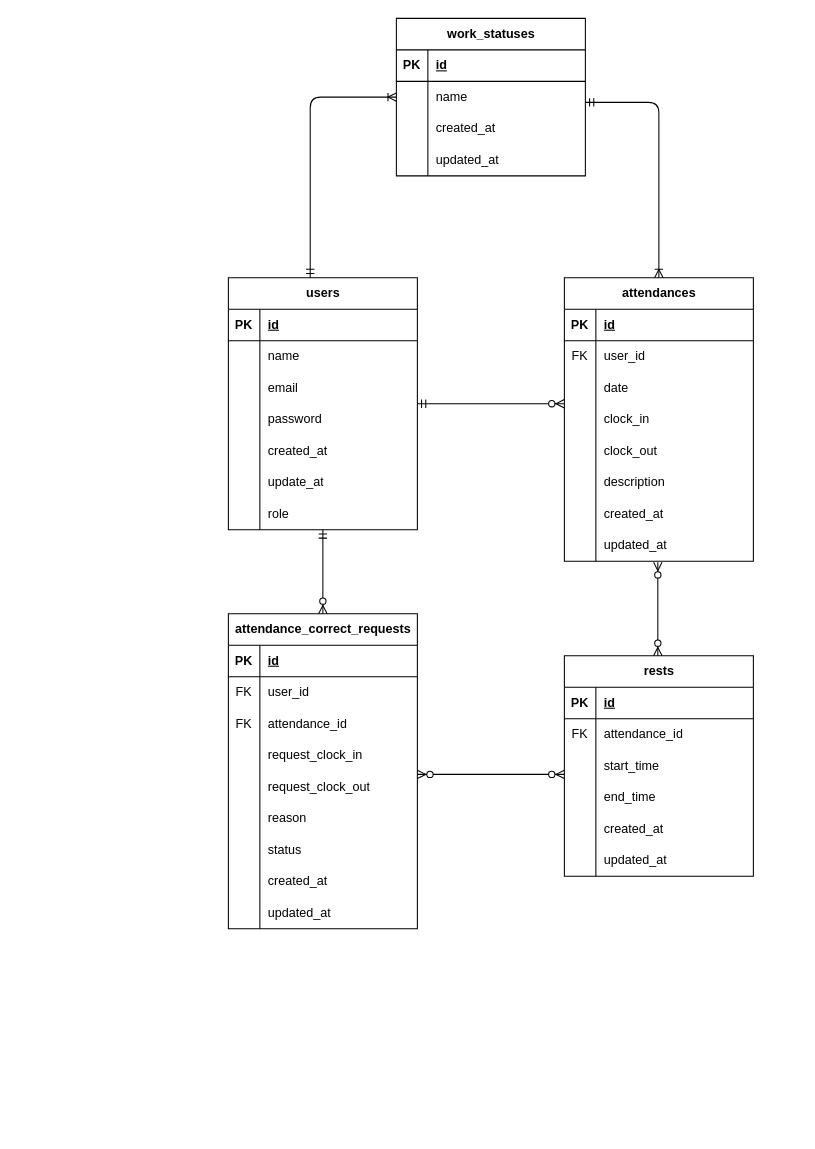
Before: er-diagram.drawio in moimoi8/attendance-app, a draw.io diagram. Source tidied: cells renumbered, new cells numbered last; positions are measured from the earlier drawing's top-left corner, leaving out a move shared by most shapes. Both pictures are drawn from the tidied source at 105%, with x=0, y=0 at pixel (228, 18).
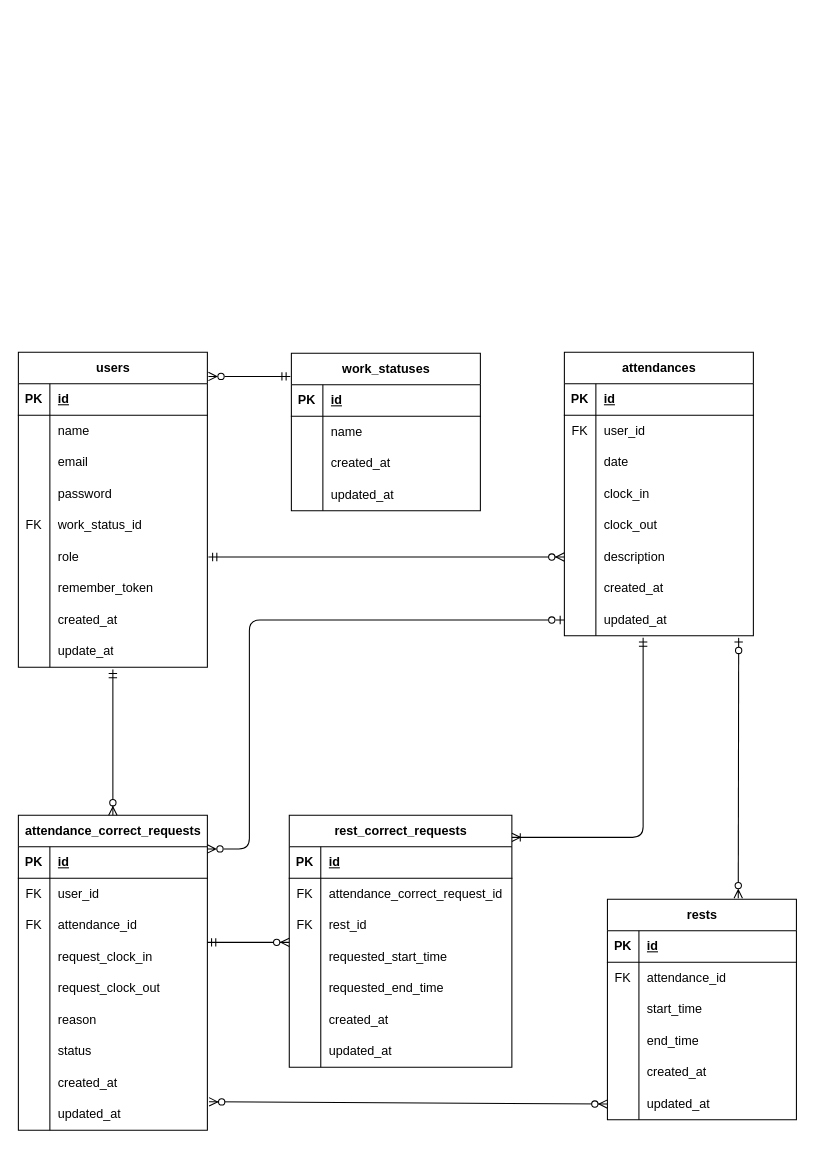
The same page after the edit.

Commit message (it also covers changes not shown here):
docs: ER図の追加とREADMEの整備

Unchanged cells that the change refers to:
```xml
<mxCell id="15" style="shape=tableRow;horizontal=0;startSize=0;swimlaneHead=0;swimlaneBody=0;fillColor=none;top=0;left=0;right=0;bottom=0;" parent="2" vertex="1">
  <mxGeometry y="150" width="180" height="30" as="geometry" />
</mxCell>
<mxCell id="18" style="shape=tableRow;horizontal=0;startSize=0;swimlaneHead=0;swimlaneBody=0;fillColor=none;top=0;left=0;right=0;bottom=0;" parent="2" vertex="1">
  <mxGeometry y="180" width="180" height="30" as="geometry" />
</mxCell>
<mxCell id="28" style="shape=tableRow;horizontal=0;startSize=0;swimlaneHead=0;swimlaneBody=0;fillColor=none;points=[[0,0.5],[1,0.5]];portConstraint=eastwest;top=0;left=0;right=0;bottom=0;" parent="24" vertex="1">
  <mxGeometry y="60" width="180" height="30" as="geometry" />
</mxCell>
<mxCell id="47" style="shape=tableRow;horizontal=0;startSize=0;swimlaneHead=0;swimlaneBody=0;fillColor=none;points=[[0,0.5],[1,0.5]];portConstraint=eastwest;top=0;left=0;right=0;bottom=0;" parent="37" vertex="1">
  <mxGeometry y="120" width="180" height="30" as="geometry" />
</mxCell>
<mxCell id="59" style="shape=tableRow;horizontal=0;startSize=0;swimlaneHead=0;swimlaneBody=0;fillColor=none;points=[[0,0.5],[1,0.5]];portConstraint=eastwest;top=0;left=0;right=0;bottom=0;" parent="37" vertex="1">
  <mxGeometry y="240" width="180" height="30" as="geometry" />
</mxCell>
<mxCell id="70" style="shape=tableRow;horizontal=0;startSize=0;swimlaneHead=0;swimlaneBody=0;fillColor=none;points=[[0,0.5],[1,0.5]];portConstraint=eastwest;top=0;left=0;right=0;bottom=0;" parent="63" vertex="1">
  <mxGeometry y="90" width="180" height="30" as="geometry" />
</mxCell>
<mxCell id="79" style="shape=tableRow;horizontal=0;startSize=0;swimlaneHead=0;swimlaneBody=0;fillColor=none;points=[[0,0.5],[1,0.5]];portConstraint=eastwest;top=0;left=0;right=0;bottom=0;" parent="63" vertex="1">
  <mxGeometry y="180" width="180" height="30" as="geometry" />
</mxCell>
<mxCell id="107" style="shape=tableRow;horizontal=0;startSize=0;swimlaneHead=0;swimlaneBody=0;fillColor=none;points=[[0,0.5],[1,0.5]];portConstraint=eastwest;top=0;left=0;right=0;bottom=0;" parent="82" vertex="1">
  <mxGeometry y="270" width="180" height="30" as="geometry" />
</mxCell>
```

The edit, as a diff of the source:
```diff
@@
-<mxGraphModel>
+<mxGraphModel background="#FFFFFF">
@@
     <mxCell id="2" value="users" style="shape=table;startSize=30;childLayout=tableLayout;rowLines=0;fontStyle=1;align=center;html=1;" parent="1" vertex="1">
-      <mxGeometry y="247" width="180" height="240" as="geometry" />
+      <mxGeometry x="-200" y="318" width="180" height="300" as="geometry" />
     </mxCell>
@@
-    <mxCell id="16" style="shape=partialRectangle;fillColor=none;top=0;left=0;bottom=0;right=0;overflow=hidden;whiteSpace=wrap;html=1;" parent="15" vertex="1">
+    <mxCell id="16" value="FK" style="shape=partialRectangle;fillColor=none;top=0;left=0;bottom=0;right=0;overflow=hidden;whiteSpace=wrap;html=1;" parent="15" vertex="1">
       <mxGeometry width="30" height="30" as="geometry" />
     </mxCell>
-    <mxCell id="17" value="created_at" style="shape=partialRectangle;fillColor=none;top=0;left=0;bottom=0;right=0;align=left;spacingLeft=6;overflow=hidden;whiteSpace=wrap;html=1;" parent="15" vertex="1">
+    <mxCell id="17" value="work_status_id" style="shape=partialRectangle;fillColor=none;top=0;left=0;bottom=0;right=0;align=left;spacingLeft=6;overflow=hidden;whiteSpace=wrap;html=1;" parent="15" vertex="1">
       <mxGeometry x="30" width="150" height="30" as="geometry" />
     </mxCell>
@@
-    <mxCell id="20" value="update_at" style="shape=partialRectangle;fillColor=none;top=0;left=0;bottom=0;right=0;align=left;spacingLeft=6;overflow=hidden;whiteSpace=wrap;html=1;" parent="18" vertex="1">
+    <mxCell id="20" value="&lt;span style=&quot;color: rgb(0, 0, 0);&quot;&gt;role&lt;/span&gt;" style="shape=partialRectangle;fillColor=none;top=0;left=0;bottom=0;right=0;align=left;spacingLeft=6;overflow=hidden;whiteSpace=wrap;html=1;" parent="18" vertex="1">
       <mxGeometry x="30" width="150" height="30" as="geometry" />
     </mxCell>
+    <mxCell id="116" style="shape=tableRow;horizontal=0;startSize=0;swimlaneHead=0;swimlaneBody=0;fillColor=none;top=0;left=0;right=0;bottom=0;" parent="2" vertex="1">
+      <mxGeometry y="210" width="180" height="30" as="geometry" />
+    </mxCell>
+    <mxCell id="117" style="shape=partialRectangle;fillColor=none;top=0;left=0;bottom=0;right=0;overflow=hidden;whiteSpace=wrap;html=1;" parent="116" vertex="1">
+      <mxGeometry width="30" height="30" as="geometry" />
+    </mxCell>
+    <mxCell id="118" value="remember_token" style="shape=partialRectangle;fillColor=none;top=0;left=0;bottom=0;right=0;align=left;spacingLeft=6;overflow=hidden;whiteSpace=wrap;html=1;" parent="116" vertex="1">
+      <mxGeometry x="30" width="150" height="30" as="geometry" />
+    </mxCell>
     <mxCell id="21" style="shape=tableRow;horizontal=0;startSize=0;swimlaneHead=0;swimlaneBody=0;fillColor=none;top=0;left=0;right=0;bottom=0;" parent="2" vertex="1">
-      <mxGeometry y="210" width="180" height="30" as="geometry" />
+      <mxGeometry y="240" width="180" height="30" as="geometry" />
     </mxCell>
@@
-    <mxCell id="23" value="role" style="shape=partialRectangle;fillColor=none;top=0;left=0;bottom=0;right=0;align=left;spacingLeft=6;overflow=hidden;whiteSpace=wrap;html=1;" parent="21" vertex="1">
+    <mxCell id="23" value="&lt;span style=&quot;color: rgb(0, 0, 0);&quot;&gt;created_at&lt;/span&gt;" style="shape=partialRectangle;fillColor=none;top=0;left=0;bottom=0;right=0;align=left;spacingLeft=6;overflow=hidden;whiteSpace=wrap;html=1;" parent="21" vertex="1">
       <mxGeometry x="30" width="150" height="30" as="geometry" />
     </mxCell>
+    <mxCell id="119" style="shape=tableRow;horizontal=0;startSize=0;swimlaneHead=0;swimlaneBody=0;fillColor=none;points=[[0,0.5],[1,0.5]];portConstraint=eastwest;top=0;left=0;right=0;bottom=0;" parent="2" vertex="1">
+      <mxGeometry y="270" width="180" height="30" as="geometry" />
+    </mxCell>
+    <mxCell id="120" style="shape=partialRectangle;fillColor=none;top=0;left=0;bottom=0;right=0;overflow=hidden;whiteSpace=wrap;html=1;" parent="119" vertex="1">
+      <mxGeometry width="30" height="30" as="geometry" />
+    </mxCell>
+    <mxCell id="121" value="&lt;span style=&quot;color: rgb(0, 0, 0);&quot;&gt;update_at&lt;/span&gt;" style="shape=partialRectangle;fillColor=none;top=0;left=0;bottom=0;right=0;align=left;spacingLeft=6;overflow=hidden;whiteSpace=wrap;html=1;" parent="119" vertex="1">
+      <mxGeometry x="30" width="150" height="30" as="geometry" />
+    </mxCell>
     <mxCell id="24" value="work_statuses" style="shape=table;startSize=30;childLayout=tableLayout;rowLines=0;fontStyle=1;align=center;html=1;" parent="1" vertex="1">
-      <mxGeometry x="160" width="180" height="150" as="geometry" />
+      <mxGeometry x="60" y="319" width="180" height="150" as="geometry" />
     </mxCell>
@@
     <mxCell id="37" value="attendances" style="shape=table;startSize=30;childLayout=tableLayout;rowLines=0;fontStyle=1;align=center;html=1;" parent="1" vertex="1">
-      <mxGeometry x="320" y="247" width="180" height="270" as="geometry" />
+      <mxGeometry x="320" y="318" width="180" height="270" as="geometry" />
     </mxCell>
@@
-    <mxCell id="62" style="edgeStyle=none;html=1;" parent="1" edge="1" source="63">
-      <mxGeometry relative="1" as="geometry">
-        <mxPoint x="410" y="607" as="targetPoint" />
-      </mxGeometry>
-    </mxCell>
     <mxCell id="63" value="rests" style="shape=table;startSize=30;childLayout=tableLayout;rowLines=0;fontStyle=1;align=center;html=1;" parent="1" vertex="1">
-      <mxGeometry x="320" y="607" width="180" height="210" as="geometry" />
+      <mxGeometry x="361" y="839" width="180" height="210" as="geometry" />
     </mxCell>
@@
     <mxCell id="82" value="attendance_correct_requests" style="shape=table;startSize=30;childLayout=tableLayout;rowLines=0;fontStyle=1;align=center;html=1;" parent="1" vertex="1">
-      <mxGeometry y="567" width="180" height="300" as="geometry" />
+      <mxGeometry x="-200" y="759" width="180" height="300" as="geometry" />
     </mxCell>
@@
-    <mxCell id="110" style="edgeStyle=entityRelationEdgeStyle;fontSize=12;html=1;endArrow=ERzeroToMany;startArrow=ERmandOne;entryX=0;entryY=0;entryDx=0;entryDy=0;entryPerimeter=0;" parent="1" edge="1" target="47">
+    <mxCell id="110" style="edgeStyle=entityRelationEdgeStyle;fontSize=12;html=1;endArrow=ERzeroToMany;startArrow=ERmandOne;startFill=0;" parent="1" edge="1">
       <mxGeometry relative="1" as="geometry">
-        <mxPoint x="180" y="367" as="sourcePoint" />
+        <mxPoint x="-19" y="513" as="sourcePoint" />
+        <mxPoint x="320" y="513" as="targetPoint" />
+        <Array as="points">
+          <mxPoint x="261" y="566" />
+        </Array>
       </mxGeometry>
     </mxCell>
-    <mxCell id="111" style="fontSize=12;html=1;endArrow=ERzeroToMany;startArrow=ERmandOne;entryX=0.5;entryY=0;entryDx=0;entryDy=0;" parent="1" edge="1" target="82">
-      <mxGeometry relative="1" as="geometry">
-        <mxPoint x="90" y="487" as="sourcePoint" />
-      </mxGeometry>
+    <mxCell id="111" style="fontSize=12;html=1;endArrow=ERzeroToMany;startArrow=ERmandOne;entryX=0.5;entryY=0;entryDx=0;entryDy=0;exitX=0.5;exitY=1.067;exitDx=0;exitDy=0;exitPerimeter=0;" parent="1" edge="1" source="119" target="82">
+      <mxGeometry relative="1" as="geometry" />
     </mxCell>
-    <mxCell id="112" style="fontSize=12;html=1;endArrow=ERzeroToMany;endFill=1;startArrow=ERzeroToMany;" parent="1" edge="1">
-      <mxGeometry relative="1" as="geometry">
-        <mxPoint x="409" y="607" as="sourcePoint" />
-        <mxPoint x="409" y="518" as="targetPoint" />
-      </mxGeometry>
-    </mxCell>
-    <mxCell id="113" style="fontSize=12;html=1;endArrow=ERzeroToMany;endFill=1;startArrow=ERzeroToMany;entryX=0;entryY=0.767;entryDx=0;entryDy=0;entryPerimeter=0;" parent="1" edge="1" target="70">
-      <mxGeometry relative="1" as="geometry">
-        <mxPoint x="180" y="720" as="sourcePoint" />
-      </mxGeometry>
+    <mxCell id="113" style="fontSize=12;html=1;endArrow=ERzeroToMany;endFill=1;startArrow=ERzeroToMany;entryX=0;entryY=0.5;entryDx=0;entryDy=0;exitX=1.009;exitY=0.095;exitDx=0;exitDy=0;exitPerimeter=0;" parent="1" edge="1" source="107" target="79">
+      <mxGeometry relative="1" as="geometry" />
     </mxCell>
-    <mxCell id="114" style="edgeStyle=orthogonalEdgeStyle;fontSize=12;html=1;endArrow=ERoneToMany;startArrow=ERmandOne;entryX=0.5;entryY=0;entryDx=0;entryDy=0;" parent="1" edge="1" target="37">
-      <mxGeometry relative="1" as="geometry">
-        <mxPoint x="340" y="80" as="sourcePoint" />
-        <Array as="points">
-          <mxPoint x="410" y="80" />
-        </Array>
-      </mxGeometry>
-    </mxCell>
-    <mxCell id="115" style="edgeStyle=elbowEdgeStyle;fontSize=12;html=1;endArrow=ERoneToMany;startArrow=ERmandOne;entryX=0;entryY=0.5;entryDx=0;entryDy=0;elbow=vertical;exitX=0.433;exitY=0;exitDx=0;exitDy=0;exitPerimeter=0;" parent="1" edge="1" source="2" target="28">
+    <mxCell id="115" style="fontSize=12;html=1;endArrow=ERzeroToMany;startArrow=ERmandOne;elbow=vertical;exitX=1;exitY=0.5;exitDx=0;exitDy=0;endFill=0;" parent="1" edge="1">
       <mxGeometry relative="1" as="geometry">
-        <Array as="points">
-          <mxPoint x="130" y="75" />
-        </Array>
+        <mxPoint x="59" y="341" as="sourcePoint" />
+        <mxPoint x="-19" y="341" as="targetPoint" />
       </mxGeometry>
     </mxCell>
+    <mxCell id="122" value="rest_correct_requests" style="shape=table;startSize=30;childLayout=tableLayout;rowLines=0;fontStyle=1;align=center;html=1;" parent="1" vertex="1">
+      <mxGeometry x="58" y="759" width="212" height="240" as="geometry" />
+    </mxCell>
+    <mxCell id="123" style="shape=tableRow;horizontal=0;startSize=0;swimlaneHead=0;swimlaneBody=0;fillColor=none;top=0;left=0;right=0;bottom=1;" parent="122" vertex="1">
+      <mxGeometry y="30" width="212" height="30" as="geometry" />
+    </mxCell>
+    <mxCell id="124" value="PK" style="shape=partialRectangle;fillColor=none;top=0;left=0;bottom=0;right=0;fontStyle=1;overflow=hidden;whiteSpace=wrap;html=1;" parent="123" vertex="1">
+      <mxGeometry width="30" height="30" as="geometry" />
+    </mxCell>
+    <mxCell id="125" value="id" style="shape=partialRectangle;fillColor=none;top=0;left=0;bottom=0;right=0;align=left;spacingLeft=6;fontStyle=5;overflow=hidden;whiteSpace=wrap;html=1;" parent="123" vertex="1">
+      <mxGeometry x="30" width="182" height="30" as="geometry" />
+    </mxCell>
+    <mxCell id="126" style="shape=tableRow;horizontal=0;startSize=0;swimlaneHead=0;swimlaneBody=0;fillColor=none;top=0;left=0;right=0;bottom=0;" parent="122" vertex="1">
+      <mxGeometry y="60" width="212" height="30" as="geometry" />
+    </mxCell>
+    <mxCell id="127" value="FK" style="shape=partialRectangle;fillColor=none;top=0;left=0;bottom=0;right=0;overflow=hidden;whiteSpace=wrap;html=1;" parent="126" vertex="1">
+      <mxGeometry width="30" height="30" as="geometry" />
+    </mxCell>
+    <mxCell id="128" value="attendance_correct_request_id" style="shape=partialRectangle;fillColor=none;top=0;left=0;bottom=0;right=0;align=left;spacingLeft=6;overflow=hidden;whiteSpace=wrap;html=1;" parent="126" vertex="1">
+      <mxGeometry x="30" width="182" height="30" as="geometry" />
+    </mxCell>
+    <mxCell id="129" style="shape=tableRow;horizontal=0;startSize=0;swimlaneHead=0;swimlaneBody=0;fillColor=none;top=0;left=0;right=0;bottom=0;" parent="122" vertex="1">
+      <mxGeometry y="90" width="212" height="30" as="geometry" />
+    </mxCell>
+    <mxCell id="130" value="FK" style="shape=partialRectangle;fillColor=none;top=0;left=0;bottom=0;right=0;overflow=hidden;whiteSpace=wrap;html=1;" parent="129" vertex="1">
+      <mxGeometry width="30" height="30" as="geometry" />
+    </mxCell>
+    <mxCell id="131" value="rest_id" style="shape=partialRectangle;fillColor=none;top=0;left=0;bottom=0;right=0;align=left;spacingLeft=6;overflow=hidden;whiteSpace=wrap;html=1;" parent="129" vertex="1">
+      <mxGeometry x="30" width="182" height="30" as="geometry" />
+    </mxCell>
+    <mxCell id="132" style="shape=tableRow;horizontal=0;startSize=0;swimlaneHead=0;swimlaneBody=0;fillColor=none;top=0;left=0;right=0;bottom=0;" parent="122" vertex="1">
+      <mxGeometry y="120" width="212" height="30" as="geometry" />
+    </mxCell>
+    <mxCell id="133" style="shape=partialRectangle;fillColor=none;top=0;left=0;bottom=0;right=0;overflow=hidden;whiteSpace=wrap;html=1;" parent="132" vertex="1">
+      <mxGeometry width="30" height="30" as="geometry" />
+    </mxCell>
+    <mxCell id="134" value="requested_start_time" style="shape=partialRectangle;fillColor=none;top=0;left=0;bottom=0;right=0;align=left;spacingLeft=6;overflow=hidden;whiteSpace=wrap;html=1;" parent="132" vertex="1">
+      <mxGeometry x="30" width="182" height="30" as="geometry" />
+    </mxCell>
+    <mxCell id="135" style="shape=tableRow;horizontal=0;startSize=0;swimlaneHead=0;swimlaneBody=0;fillColor=none;top=0;left=0;right=0;bottom=0;" parent="122" vertex="1">
+      <mxGeometry y="150" width="212" height="30" as="geometry" />
+    </mxCell>
+    <mxCell id="136" style="shape=partialRectangle;fillColor=none;top=0;left=0;bottom=0;right=0;overflow=hidden;whiteSpace=wrap;html=1;" parent="135" vertex="1">
+      <mxGeometry width="30" height="30" as="geometry" />
+    </mxCell>
+    <mxCell id="137" value="requested_end_time" style="shape=partialRectangle;fillColor=none;top=0;left=0;bottom=0;right=0;align=left;spacingLeft=6;overflow=hidden;whiteSpace=wrap;html=1;" parent="135" vertex="1">
+      <mxGeometry x="30" width="182" height="30" as="geometry" />
+    </mxCell>
+    <mxCell id="138" style="shape=tableRow;horizontal=0;startSize=0;swimlaneHead=0;swimlaneBody=0;fillColor=none;top=0;left=0;right=0;bottom=0;" parent="122" vertex="1">
+      <mxGeometry y="180" width="212" height="30" as="geometry" />
+    </mxCell>
+    <mxCell id="139" style="shape=partialRectangle;fillColor=none;top=0;left=0;bottom=0;right=0;overflow=hidden;whiteSpace=wrap;html=1;" parent="138" vertex="1">
+      <mxGeometry width="30" height="30" as="geometry" />
+    </mxCell>
+    <mxCell id="140" value="created_at" style="shape=partialRectangle;fillColor=none;top=0;left=0;bottom=0;right=0;align=left;spacingLeft=6;overflow=hidden;whiteSpace=wrap;html=1;" parent="138" vertex="1">
+      <mxGeometry x="30" width="182" height="30" as="geometry" />
+    </mxCell>
+    <mxCell id="141" style="shape=tableRow;horizontal=0;startSize=0;swimlaneHead=0;swimlaneBody=0;fillColor=none;top=0;left=0;right=0;bottom=0;" parent="122" vertex="1">
+      <mxGeometry y="210" width="212" height="30" as="geometry" />
+    </mxCell>
+    <mxCell id="142" style="shape=partialRectangle;fillColor=none;top=0;left=0;bottom=0;right=0;overflow=hidden;whiteSpace=wrap;html=1;" parent="141" vertex="1">
+      <mxGeometry width="30" height="30" as="geometry" />
+    </mxCell>
+    <mxCell id="143" value="updated_at" style="shape=partialRectangle;fillColor=none;top=0;left=0;bottom=0;right=0;align=left;spacingLeft=6;overflow=hidden;whiteSpace=wrap;html=1;" parent="141" vertex="1">
+      <mxGeometry x="30" width="182" height="30" as="geometry" />
+    </mxCell>
+    <mxCell id="144" style="fontSize=12;html=1;endArrow=ERoneToMany;startArrow=ERmandOne;" parent="1" edge="1">
+      <mxGeometry relative="1" as="geometry">
+        <mxPoint x="395" y="590" as="sourcePoint" />
+        <mxPoint x="270" y="780" as="targetPoint" />
+        <Array as="points">
+          <mxPoint x="395" y="780" />
+        </Array>
+      </mxGeometry>
+    </mxCell>
+    <mxCell id="145" style="fontSize=12;html=1;endArrow=ERzeroToMany;startArrow=ERzeroToOne;entryX=0.692;entryY=-0.01;entryDx=0;entryDy=0;endFill=0;entryPerimeter=0;" parent="1" edge="1">
+      <mxGeometry relative="1" as="geometry">
+        <mxPoint x="486" y="590" as="sourcePoint" />
+        <mxPoint x="485.6" y="837.9" as="targetPoint" />
+      </mxGeometry>
+    </mxCell>
+    <mxCell id="146" style="edgeStyle=elbowEdgeStyle;fontSize=12;html=1;endArrow=ERzeroToOne;startArrow=ERzeroToMany;endFill=0;startFill=0;entryX=0;entryY=0.5;entryDx=0;entryDy=0;" parent="1" edge="1" target="59">
+      <mxGeometry relative="1" as="geometry">
+        <mxPoint x="-20" y="791" as="sourcePoint" />
+        <Array as="points">
+          <mxPoint x="20" y="680" />
+        </Array>
+      </mxGeometry>
+    </mxCell>
+    <mxCell id="147" style="fontSize=12;html=1;endArrow=ERzeroToMany;startArrow=ERmandOne;" parent="1" edge="1">
+      <mxGeometry relative="1" as="geometry">
+        <mxPoint x="-20" y="880" as="sourcePoint" />
+        <mxPoint x="58" y="880" as="targetPoint" />
+      </mxGeometry>
+    </mxCell>
```
